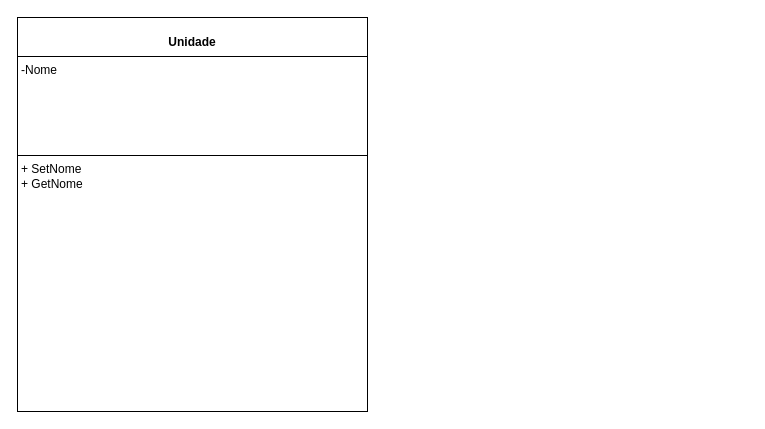
The draw.io diagram page "Página-2" (2 of 2) of DOC/classes.drawio in rafaelareisilva/avatar.app, before the edit. Source tidied: cells renumbered, new cells numbered last; positions are measured from the earlier drawing's top-left corner, leaving out a move shared by most shapes. Both pictures are drawn from the tidied source at 100%, with x=0, y=0 at pixel (17, 17).
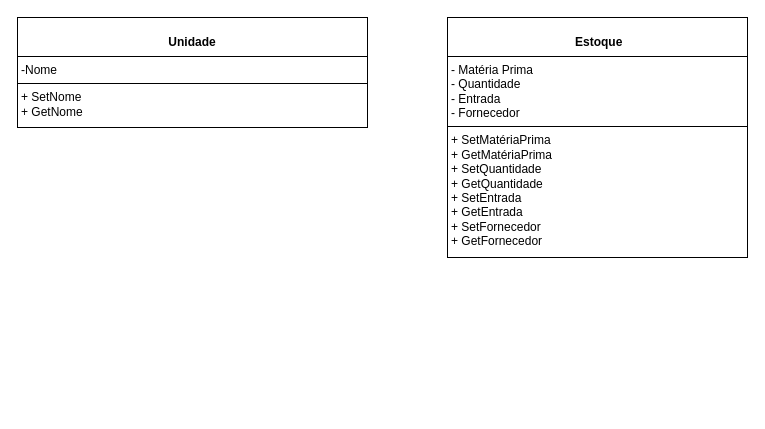
The same diagram, later.

Change to the diagram source:
```diff
@@
 <mxGraphModel>
   <root>
     <mxCell id="0" />
     <mxCell id="1" parent="0" />
-    <mxCell id="2" value="&lt;p style=&quot;margin:0px;margin-top:4px;text-align:center;&quot;&gt;&lt;br&gt;&lt;b&gt;Unidade&lt;/b&gt;&lt;/p&gt;&lt;hr size=&quot;1&quot; style=&quot;border-style:solid;&quot;&gt;&lt;p style=&quot;margin:0px;margin-left:4px;&quot;&gt;-Nome&lt;/p&gt;&lt;p style=&quot;margin:0px;margin-left:4px;&quot;&gt;&lt;br&gt;&lt;/p&gt;&lt;p style=&quot;margin:0px;margin-left:4px;&quot;&gt;&lt;br&gt;&lt;/p&gt;&lt;p style=&quot;margin:0px;margin-left:4px;&quot;&gt;&lt;br&gt;&lt;/p&gt;&lt;p style=&quot;margin:0px;margin-left:4px;&quot;&gt;&lt;br&gt;&lt;/p&gt;&lt;p style=&quot;margin:0px;margin-left:4px;&quot;&gt;&lt;br&gt;&lt;/p&gt;&lt;hr size=&quot;1&quot; style=&quot;border-style:solid;&quot;&gt;&lt;p style=&quot;margin:0px;margin-left:4px;&quot;&gt;+ SetNome &lt;br&gt;+ GetNome&lt;/p&gt;&lt;p style=&quot;margin:0px;margin-left:4px;&quot;&gt;&lt;br&gt;&lt;/p&gt;&lt;p style=&quot;margin:0px;margin-left:4px;&quot;&gt;&lt;br&gt;&lt;/p&gt;&lt;p style=&quot;margin:0px;margin-left:4px;&quot;&gt;&lt;br&gt;&lt;/p&gt;&lt;p style=&quot;margin:0px;margin-left:4px;&quot;&gt;&lt;br&gt;&lt;/p&gt;&lt;p style=&quot;margin:0px;margin-left:4px;&quot;&gt;&lt;br&gt;&lt;/p&gt;&lt;p style=&quot;margin:0px;margin-left:4px;&quot;&gt;&lt;br&gt;&lt;/p&gt;&lt;p style=&quot;margin:0px;margin-left:4px;&quot;&gt;&lt;br&gt;&lt;/p&gt;" style="verticalAlign=top;align=left;overflow=fill;html=1;whiteSpace=wrap;" parent="1" vertex="1">
-      <mxGeometry width="350" height="394" as="geometry" />
+    <mxCell id="2" value="&lt;p style=&quot;margin:0px;margin-top:4px;text-align:center;&quot;&gt;&lt;br&gt;&lt;b&gt;Unidade&lt;/b&gt;&lt;/p&gt;&lt;hr size=&quot;1&quot; style=&quot;border-style:solid;&quot;&gt;&lt;p style=&quot;margin:0px;margin-left:4px;&quot;&gt;-Nome&lt;/p&gt;&lt;hr size=&quot;1&quot; style=&quot;border-style:solid;&quot;&gt;&lt;p style=&quot;margin:0px;margin-left:4px;&quot;&gt;+ SetNome &lt;br&gt;+ GetNome&lt;/p&gt;&lt;p style=&quot;margin:0px;margin-left:4px;&quot;&gt;&lt;br&gt;&lt;/p&gt;&lt;p style=&quot;margin:0px;margin-left:4px;&quot;&gt;&lt;br&gt;&lt;/p&gt;&lt;p style=&quot;margin:0px;margin-left:4px;&quot;&gt;&lt;br&gt;&lt;/p&gt;&lt;p style=&quot;margin:0px;margin-left:4px;&quot;&gt;&lt;br&gt;&lt;/p&gt;&lt;p style=&quot;margin:0px;margin-left:4px;&quot;&gt;&lt;br&gt;&lt;/p&gt;&lt;p style=&quot;margin:0px;margin-left:4px;&quot;&gt;&lt;br&gt;&lt;/p&gt;&lt;p style=&quot;margin:0px;margin-left:4px;&quot;&gt;&lt;br&gt;&lt;/p&gt;" style="verticalAlign=top;align=left;overflow=fill;html=1;whiteSpace=wrap;" parent="1" vertex="1">
+      <mxGeometry width="350" height="110" as="geometry" />
     </mxCell>
+    <mxCell id="3" value="&lt;p style=&quot;margin:0px;margin-top:4px;text-align:center;&quot;&gt;&lt;br&gt;&lt;b&gt;&amp;nbsp;Estoque&lt;/b&gt;&lt;/p&gt;&lt;hr size=&quot;1&quot; style=&quot;border-style:solid;&quot;&gt;&lt;p style=&quot;margin:0px;margin-left:4px;&quot;&gt;- Matéria Prima&lt;/p&gt;&lt;p style=&quot;margin:0px;margin-left:4px;&quot;&gt;- Quantidade&lt;/p&gt;&lt;p style=&quot;margin:0px;margin-left:4px;&quot;&gt;- Entrada&lt;/p&gt;&lt;p style=&quot;margin:0px;margin-left:4px;&quot;&gt;- Fornecedor&lt;/p&gt;&lt;hr size=&quot;1&quot; style=&quot;border-style:solid;&quot;&gt;&lt;p style=&quot;margin:0px;margin-left:4px;&quot;&gt;+ SetMatériaPrima&lt;br&gt;+ GetMatériaPrima&lt;/p&gt;&lt;p style=&quot;margin:0px;margin-left:4px;&quot;&gt;+ SetQuantidade&lt;/p&gt;&lt;p style=&quot;margin:0px;margin-left:4px;&quot;&gt;+ GetQuantidade&lt;/p&gt;&lt;p style=&quot;margin: 0px 0px 0px 4px;&quot;&gt;+ SetEntrada&lt;br&gt;+ GetEntrada&lt;/p&gt;&lt;p style=&quot;margin: 0px 0px 0px 4px;&quot;&gt;+ SetFornecedor&lt;/p&gt;&lt;p style=&quot;margin: 0px 0px 0px 4px;&quot;&gt;+ GetFornecedor&lt;/p&gt;&lt;p style=&quot;margin:0px;margin-left:4px;&quot;&gt;&lt;/p&gt;&lt;p style=&quot;margin: 0px 0px 0px 4px;&quot;&gt;&lt;br&gt;&lt;/p&gt;&lt;p style=&quot;margin:0px;margin-left:4px;&quot;&gt;&lt;br&gt;&lt;/p&gt;&lt;p style=&quot;margin:0px;margin-left:4px;&quot;&gt;&lt;br&gt;&lt;/p&gt;&lt;p style=&quot;margin:0px;margin-left:4px;&quot;&gt;&lt;br&gt;&lt;/p&gt;&lt;p style=&quot;margin:0px;margin-left:4px;&quot;&gt;&lt;br&gt;&lt;/p&gt;&lt;p style=&quot;margin:0px;margin-left:4px;&quot;&gt;&lt;br&gt;&lt;/p&gt;&lt;p style=&quot;margin:0px;margin-left:4px;&quot;&gt;&lt;br&gt;&lt;/p&gt;&lt;p style=&quot;margin:0px;margin-left:4px;&quot;&gt;&lt;br&gt;&lt;/p&gt;&lt;p style=&quot;margin:0px;margin-left:4px;&quot;&gt;&lt;br&gt;&lt;/p&gt;" style="verticalAlign=top;align=left;overflow=fill;html=1;whiteSpace=wrap;" parent="1" vertex="1">
+      <mxGeometry x="430" width="300" height="240" as="geometry" />
+    </mxCell>
   </root>
 </mxGraphModel>
```
